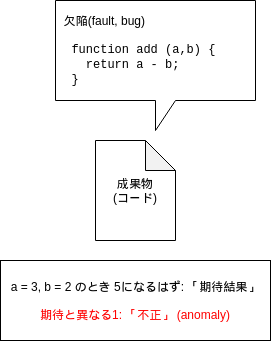
Above: 2021/02/25/anomaly.drawio.png in wand2016/study (draw.io), before the change. Source tidied: cells renumbered, new cells last; positions are measured from the earlier drawing's top-left corner, leaving out a move shared by most shapes. Source of this version:
```xml
<mxGraphModel>
  <root>
    <mxCell id="0" />
    <mxCell id="1" parent="0" />
    <mxCell id="2" value="成果物&lt;br&gt;(コード)" style="shape=note;whiteSpace=wrap;html=1;backgroundOutline=1;darkOpacity=0.05;" parent="1" vertex="1">
      <mxGeometry x="95" y="140" width="80" height="100" as="geometry" />
    </mxCell>
    <mxCell id="3" value="&amp;nbsp; 欠陥(fault, bug)&lt;br&gt;&lt;br&gt;&lt;font face=&quot;Courier New&quot;&gt;&amp;nbsp; function add (a,b) {&lt;br&gt;&amp;nbsp; &amp;nbsp; return a - b;&lt;br&gt;&amp;nbsp; }&lt;/font&gt;" style="shape=callout;whiteSpace=wrap;html=1;perimeter=calloutPerimeter;align=left;" parent="1" vertex="1">
      <mxGeometry x="55" width="200" height="130" as="geometry" />
    </mxCell>
    <mxCell id="4" value="&lt;div&gt;a = 3, b = 2 のとき 5になるはず: 「期待結果」&lt;/div&gt;&lt;div&gt;&lt;br&gt;&lt;/div&gt;&lt;div&gt;&lt;font color=&quot;#ff0000&quot;&gt;期待と異なる1: 「不正」 (anomaly)&lt;/font&gt;&lt;/div&gt;" style="rounded=0;whiteSpace=wrap;html=1;" parent="1" vertex="1">
      <mxGeometry y="260" width="270" height="80" as="geometry" />
    </mxCell>
  </root>
</mxGraphModel>
```
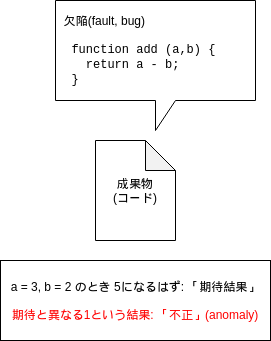
The same file after the commit.

Diff of the diagram source:
```diff
@@ -8,7 +8,7 @@
     <mxCell id="3" value="&amp;nbsp; 欠陥(fault, bug)&lt;br&gt;&lt;br&gt;&lt;font face=&quot;Courier New&quot;&gt;&amp;nbsp; function add (a,b) {&lt;br&gt;&amp;nbsp; &amp;nbsp; return a - b;&lt;br&gt;&amp;nbsp; }&lt;/font&gt;" style="shape=callout;whiteSpace=wrap;html=1;perimeter=calloutPerimeter;align=left;" parent="1" vertex="1">
       <mxGeometry x="55" width="200" height="130" as="geometry" />
     </mxCell>
-    <mxCell id="4" value="&lt;div&gt;a = 3, b = 2 のとき 5になるはず: 「期待結果」&lt;/div&gt;&lt;div&gt;&lt;br&gt;&lt;/div&gt;&lt;div&gt;&lt;font color=&quot;#ff0000&quot;&gt;期待と異なる1: 「不正」 (anomaly)&lt;/font&gt;&lt;/div&gt;" style="rounded=0;whiteSpace=wrap;html=1;" parent="1" vertex="1">
+    <mxCell id="4" value="&lt;div&gt;a = 3, b = 2 のとき 5になるはず: 「期待結果」&lt;/div&gt;&lt;div&gt;&lt;br&gt;&lt;/div&gt;&lt;div&gt;&lt;span style=&quot;color: rgb(255 , 0 , 0)&quot;&gt;期待と異なる1という結果: 「不正」(anomaly)&lt;/span&gt;&lt;br&gt;&lt;/div&gt;" style="rounded=0;whiteSpace=wrap;html=1;" parent="1" vertex="1">
       <mxGeometry y="260" width="270" height="80" as="geometry" />
     </mxCell>
   </root>
```
